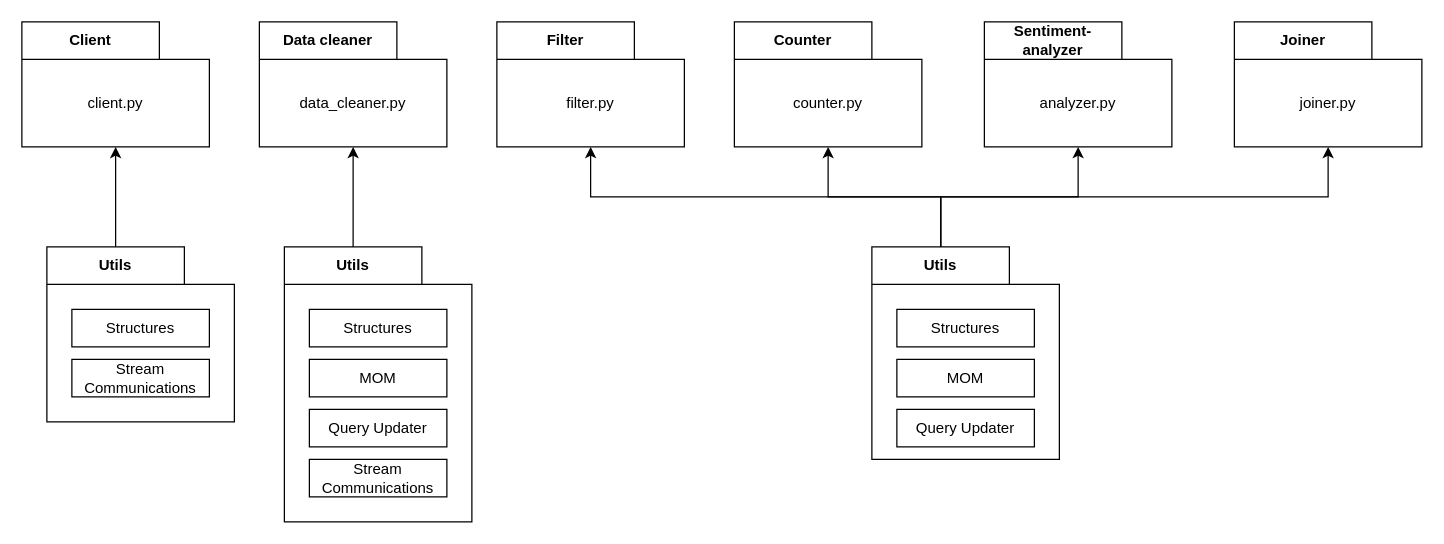
The draw.io diagram page "Diagrama de paquetes" (7 of 9) of diagrams/diagramas.drawio in mateogdupont/escalabilidad, before the edit. Source tidied: cells renumbered, new cells numbered last; positions are measured from the earlier drawing's top-left corner, leaving out a move shared by most shapes. Both pictures are drawn from the tidied source at 125%, with x=0, y=0 at pixel (21, 21).
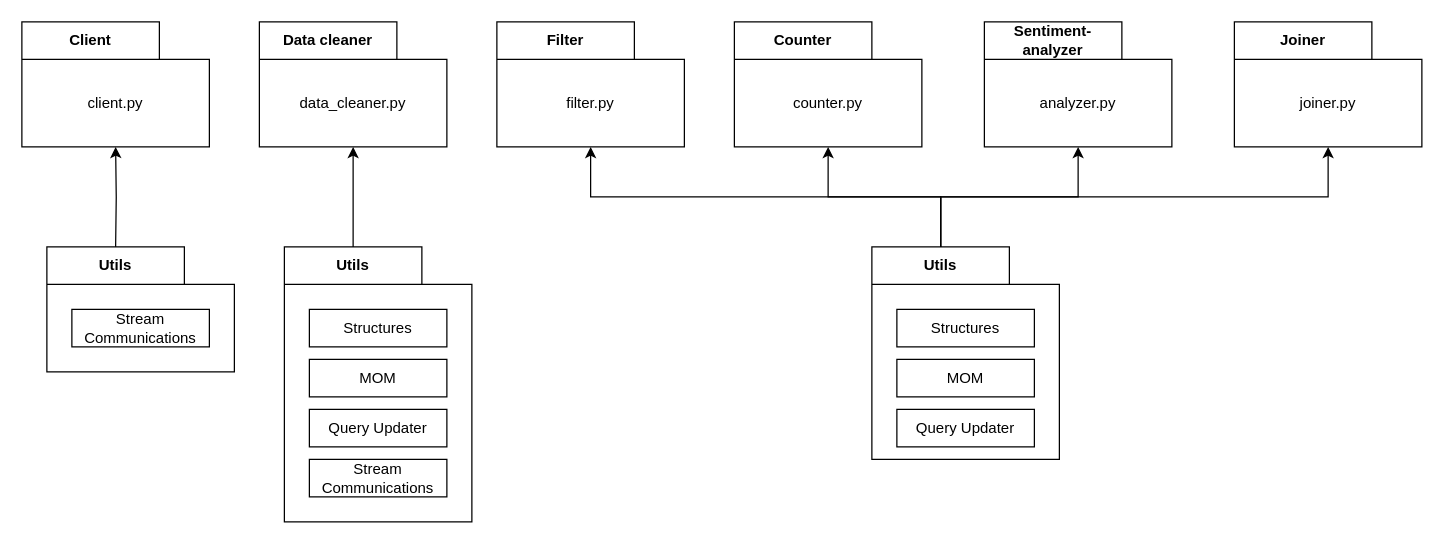
After the change.

The change refers to these unchanged cells:
```xml
<mxCell id="29" value="Client" style="shape=folder;fontStyle=1;tabWidth=110;tabHeight=30;tabPosition=left;html=1;boundedLbl=1;labelInHeader=1;whiteSpace=wrap;" parent="1" vertex="1">
  <mxGeometry width="150" height="100" as="geometry" />
</mxCell>
```

Diff of the diagram source:
```diff
@@
-    <mxCell id="26" value="Utils" style="shape=folder;fontStyle=1;tabWidth=110;tabHeight=30;tabPosition=left;html=1;boundedLbl=1;labelInHeader=1;whiteSpace=wrap;" parent="1" vertex="1">
-      <mxGeometry x="20" y="180" width="150" height="140" as="geometry" />
-    </mxCell>
-    <mxCell id="27" value="Structures" style="html=1;whiteSpace=wrap;" parent="26" vertex="1">
-      <mxGeometry width="110" height="30" relative="1" as="geometry">
-        <mxPoint x="20" y="50" as="offset" />
-      </mxGeometry>
-    </mxCell>
-    <mxCell id="28" value="Stream&lt;br&gt;Communications" style="html=1;whiteSpace=wrap;" parent="26" vertex="1">
-      <mxGeometry x="20" y="90" width="110" height="30" as="geometry" />
-    </mxCell>
@@
-    <mxCell id="31" style="edgeStyle=orthogonalEdgeStyle;rounded=0;jettySize=auto;html=1;exitX=0;exitY=0;exitDx=55;exitDy=0;exitPerimeter=0;entryX=0.5;entryY=1;entryDx=0;entryDy=0;entryPerimeter=0;" parent="1" edge="1" source="26" target="29">
-      <mxGeometry relative="1" as="geometry" />
+    <mxCell id="31" style="edgeStyle=orthogonalEdgeStyle;rounded=0;jettySize=auto;html=1;exitX=0;exitY=0;exitDx=55;exitDy=0;exitPerimeter=0;entryX=0.5;entryY=1;entryDx=0;entryDy=0;entryPerimeter=0;" parent="1" edge="1" target="29">
+      <mxGeometry relative="1" as="geometry">
+        <mxPoint x="75" y="180" as="sourcePoint" />
+      </mxGeometry>
     </mxCell>
+    <mxCell id="26" value="Utils" style="shape=folder;fontStyle=1;tabWidth=110;tabHeight=30;tabPosition=left;html=1;boundedLbl=1;labelInHeader=1;whiteSpace=wrap;" parent="1" vertex="1">
+      <mxGeometry x="20" y="180" width="150" height="100" as="geometry" />
+    </mxCell>
+    <mxCell id="28" value="Stream&lt;br&gt;Communications" style="html=1;whiteSpace=wrap;" parent="26" vertex="1">
+      <mxGeometry x="20" y="50" width="110" height="30" as="geometry" />
+    </mxCell>
+    <mxCell id="32" style="edgeStyle=orthogonalEdgeStyle;rounded=0;orthogonalLoop=1;jettySize=auto;html=1;exitX=0.5;exitY=1;exitDx=0;exitDy=0;exitPerimeter=0;" parent="1" edge="1" source="26" target="26">
+      <mxGeometry relative="1" as="geometry" />
+    </mxCell>
```
